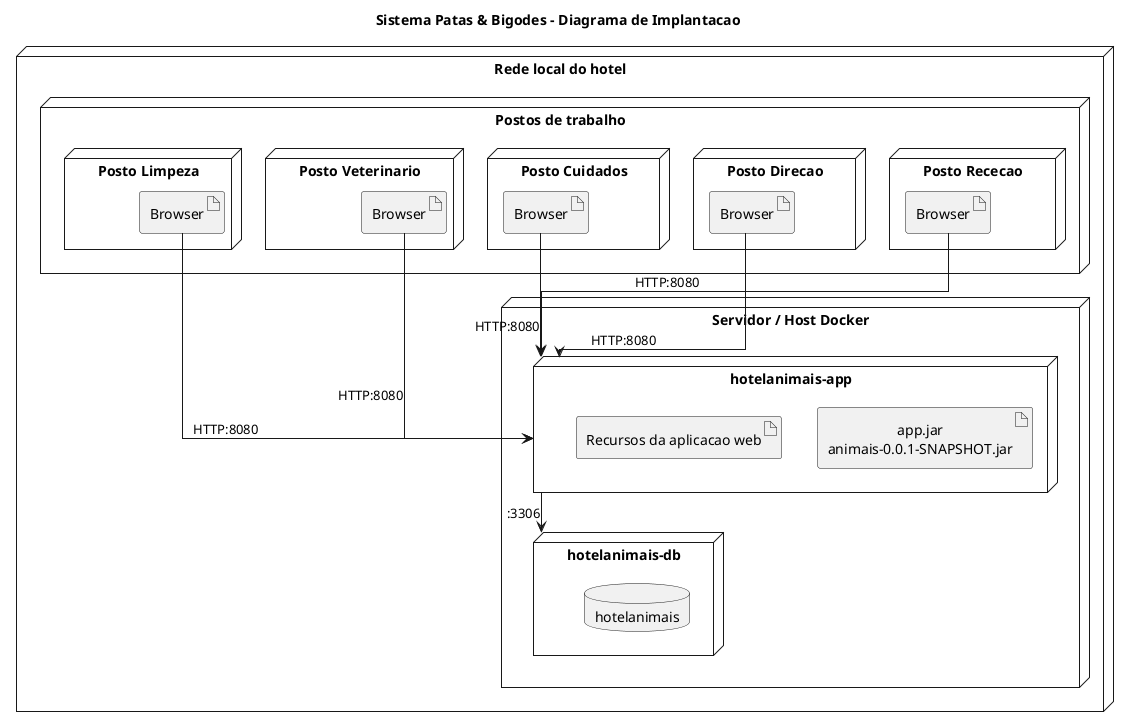
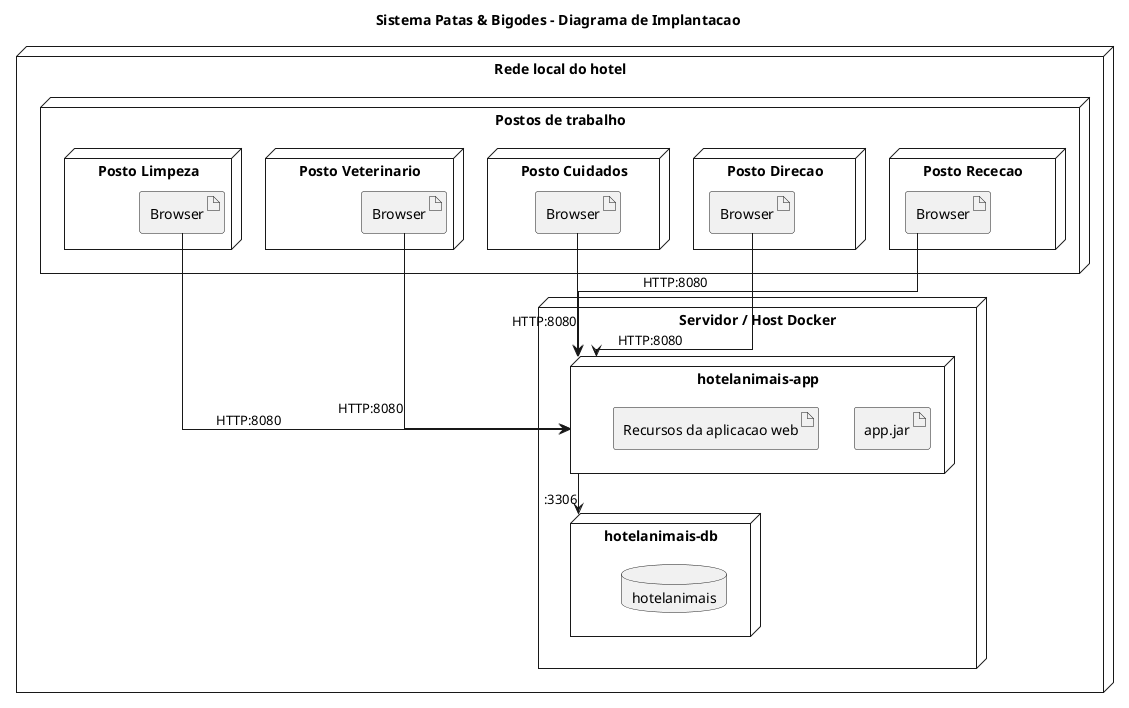
@startuml
title Sistema Patas & Bigodes - Diagrama de Implantacao

skinparam style strictuml
skinparam shadowing false
skinparam linetype ortho
skinparam defaultTextAlignment center
skinparam backgroundColor white

top to bottom direction

node "Rede local do hotel" as LAN {
  node "Postos de trabalho" as Workstations {
    node "Posto Rececao" as PostoRececao {
      artifact "Browser" as BrowserRececao
    }

    node "Posto Direcao" as PostoDirecao {
      artifact "Browser" as BrowserDirecao
    }

    node "Posto Cuidados" as PostoCuidados {
      artifact "Browser" as BrowserCuidados
    }

    node "Posto Veterinario" as PostoVeterinario {
      artifact "Browser" as BrowserVeterinario
    }

    node "Posto Limpeza" as PostoLimpeza {
      artifact "Browser" as BrowserLimpeza
    }
  }

  node "Servidor / Host Docker" as Host {
    node "hotelanimais-app" as AppContainer {
-       artifact "app.jar\nanimais-0.0.1-SNAPSHOT.jar" as AppJar
+       artifact "app.jar" as AppJar
      artifact "Recursos da aplicacao web" as WebArtifacts
    }

    node "hotelanimais-db" as DbContainer {
      database "hotelanimais" as Db
    }
  }
}

BrowserRececao --> AppContainer : HTTP:8080
BrowserDirecao --> AppContainer : HTTP:8080
BrowserCuidados --> AppContainer : HTTP:8080
BrowserVeterinario --> AppContainer : HTTP:8080
BrowserLimpeza --> AppContainer : HTTP:8080
AppContainer --> DbContainer : :3306

@enduml
